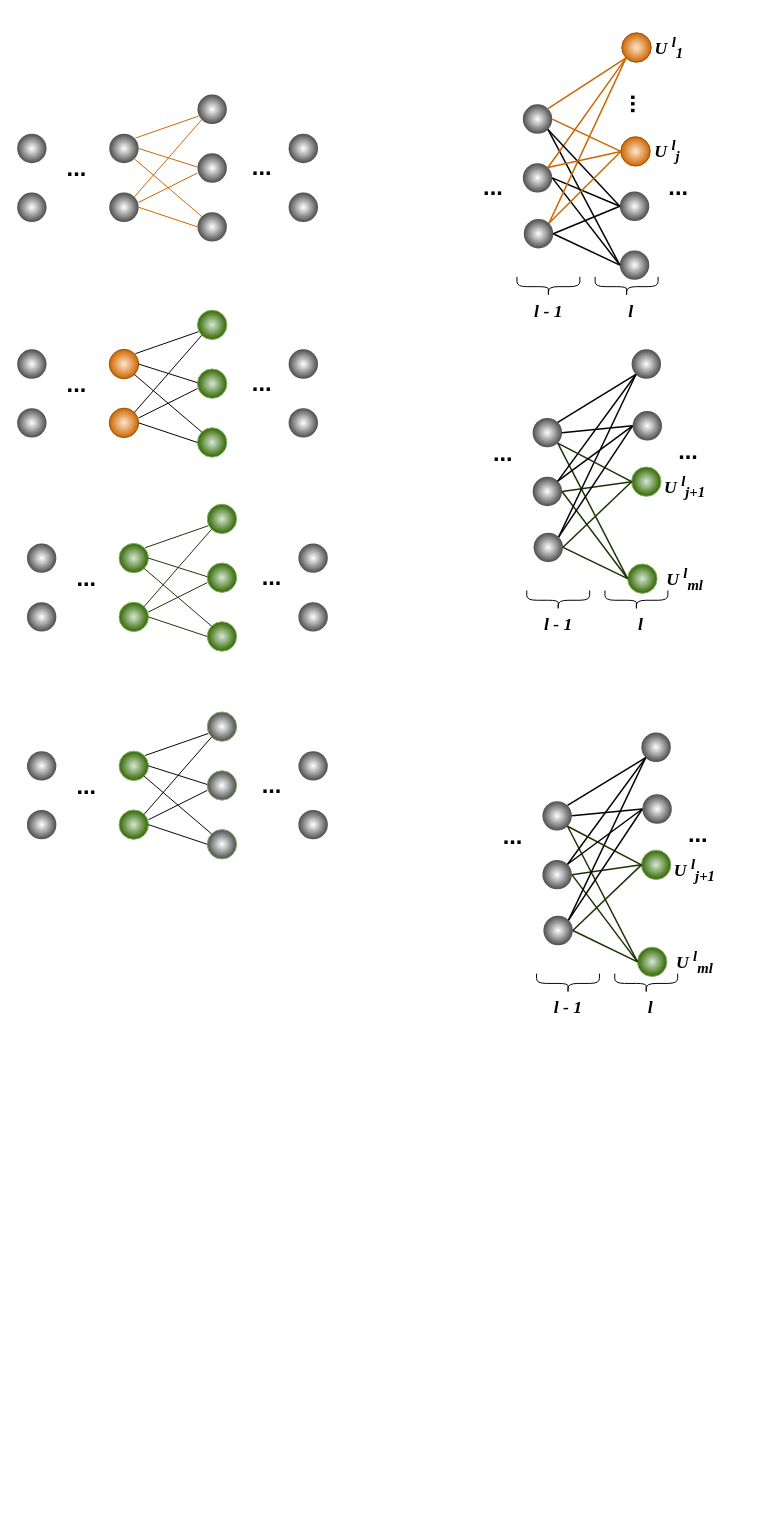
This is Untitled Diagram.drawio from nkhosros/Application-Package, a draw.io file, before an edit. Source tidied: cells renumbered, new cells numbered last; positions are measured from the earlier drawing's top-left corner, leaving out a move shared by most shapes. Both pictures are drawn from the tidied source at 98%, with x=0, y=0 at pixel (17, 32).
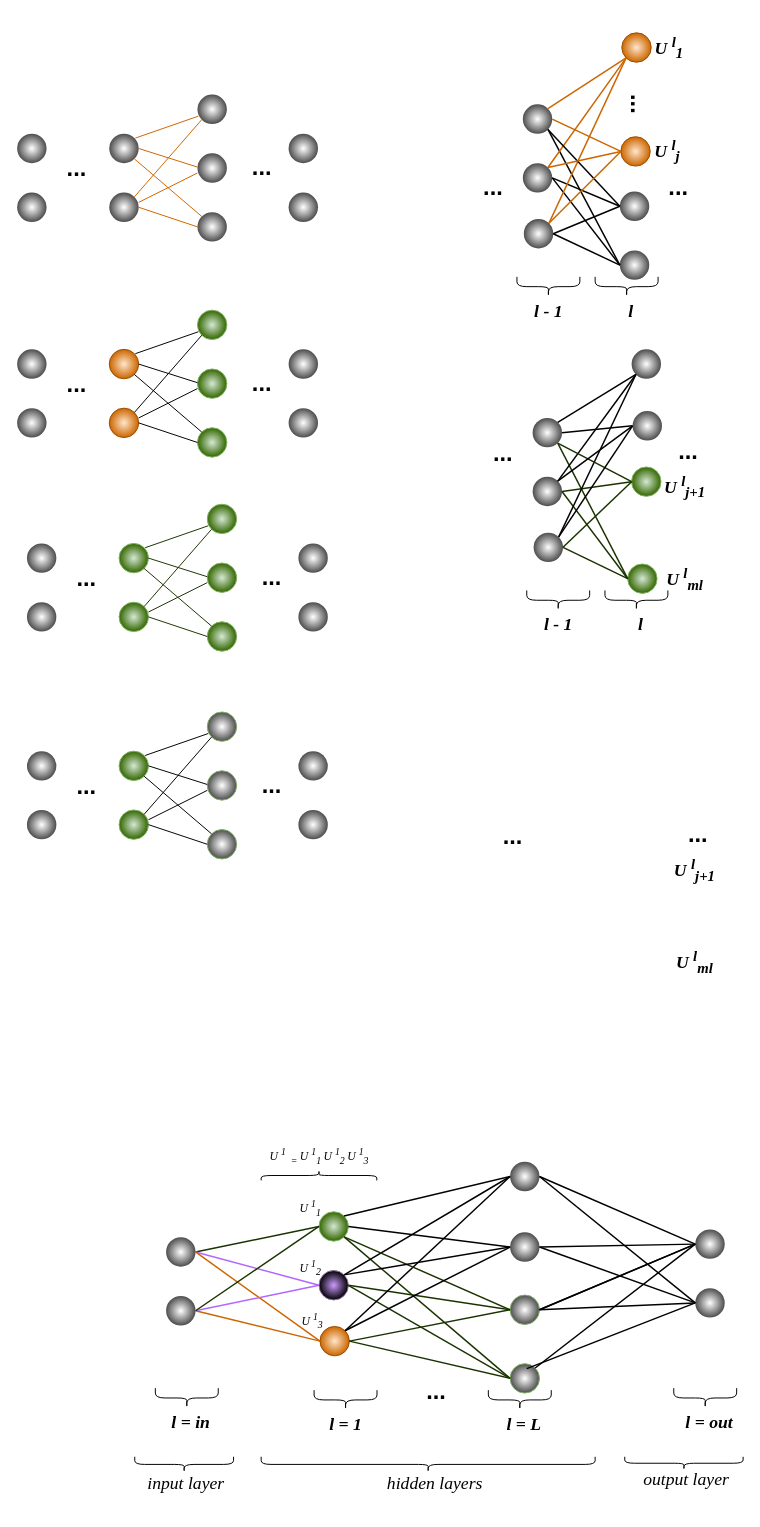
After the change.

Change to the diagram source:
```diff
@@
-    <mxCell id="127" style="ellipse;whiteSpace=wrap;html=1;gradientColor=#336600;fillColor=#d5e8d4;gradientDirection=radial;shadow=0;strokeColor=#82b366;align=center;verticalAlign=middle;fontFamily=Helvetica;fontSize=12;fontColor=default;" parent="1" vertex="1">
-      <mxGeometry x="633" y="933" width="30" height="30" as="geometry" />
+    <mxCell id="127" style="ellipse;whiteSpace=wrap;html=1;gradientColor=#4D4D4D;fillColor=default;gradientDirection=radial;shadow=0;strokeColor=#82b366;align=center;verticalAlign=middle;fontFamily=Helvetica;fontSize=12;fontColor=default;" parent="1" vertex="1">
+      <mxGeometry x="503" y="1358" width="30" height="30" as="geometry" />
     </mxCell>
-    <mxCell id="128" style="ellipse;whiteSpace=wrap;html=1;gradientColor=#336600;fillColor=#d5e8d4;gradientDirection=radial;shadow=0;strokeColor=#82b366;align=center;verticalAlign=middle;fontFamily=Helvetica;fontSize=12;fontColor=default;" parent="1" vertex="1">
-      <mxGeometry x="637" y="834" width="30" height="30" as="geometry" />
+    <mxCell id="128" style="ellipse;whiteSpace=wrap;html=1;gradientColor=#4D4D4D;fillColor=default;gradientDirection=radial;shadow=0;strokeColor=#82b366;align=center;verticalAlign=middle;fontFamily=Helvetica;fontSize=12;fontColor=default;" parent="1" vertex="1">
+      <mxGeometry x="503" y="1288" width="30" height="30" as="geometry" />
     </mxCell>
     <mxCell id="129" style="ellipse;whiteSpace=wrap;html=1;gradientColor=#4D4D4D;fillColor=default;gradientDirection=radial;shadow=0;strokeColor=none;align=center;verticalAlign=middle;fontFamily=Helvetica;fontSize=12;fontColor=default;" parent="1" vertex="1">
-      <mxGeometry x="637" y="714" width="30" height="30" as="geometry" />
+      <mxGeometry x="503" y="1152" width="30" height="30" as="geometry" />
     </mxCell>
-    <mxCell id="130" style="ellipse;whiteSpace=wrap;html=1;gradientColor=#4D4D4D;fillColor=default;gradientDirection=radial;shadow=0;strokeColor=none;" parent="1" vertex="1">
-      <mxGeometry x="536" y="844" width="30" height="30" as="geometry" />
+    <mxCell id="130" style="ellipse;whiteSpace=wrap;html=1;fillColor=#CC99FF;gradientDirection=radial;shadow=0;strokeColor=#9673a6;gradientColor=default;" parent="1" vertex="1">
+      <mxGeometry x="308" y="1263" width="30" height="30" as="geometry" />
     </mxCell>
-    <mxCell id="131" style="ellipse;whiteSpace=wrap;html=1;gradientColor=#4D4D4D;fillColor=default;gradientDirection=radial;shadow=0;strokeColor=none;" parent="1" vertex="1">
-      <mxGeometry x="536" y="784" width="30" height="30" as="geometry" />
+    <mxCell id="131" style="ellipse;whiteSpace=wrap;html=1;gradientColor=#336600;fillColor=#d5e8d4;gradientDirection=radial;shadow=0;strokeColor=#82b366;align=center;verticalAlign=middle;fontFamily=Helvetica;fontSize=12;fontColor=default;" parent="1" vertex="1">
+      <mxGeometry x="308" y="1203" width="30" height="30" as="geometry" />
     </mxCell>
@@
-    <mxCell id="136" style="endArrow=none;html=1;rounded=0;entryX=0;entryY=1;entryDx=0;entryDy=0;exitX=1;exitY=0;exitDx=0;exitDy=0;strokeColor=#000000;strokeWidth=1.5;" parent="1" edge="1" source="130" target="129">
+    <mxCell id="136" style="endArrow=none;html=1;rounded=0;entryX=0;entryY=0.5;entryDx=0;entryDy=0;exitX=1;exitY=0;exitDx=0;exitDy=0;strokeColor=#000000;strokeWidth=1.5;" parent="1" edge="1" source="130" target="129">
       <mxGeometry relative="1" as="geometry" />
     </mxCell>
+    <mxCell id="139" style="ellipse;whiteSpace=wrap;html=1;gradientColor=#CC6600;fillColor=#ffe6cc;gradientDirection=radial;shadow=0;strokeColor=#994C00;align=center;verticalAlign=middle;fontFamily=Helvetica;fontSize=12;fontColor=default;" parent="1" vertex="1">
+      <mxGeometry x="309" y="1320" width="30" height="30" as="geometry" />
+    </mxCell>
@@
+    <mxCell id="140" style="ellipse;whiteSpace=wrap;html=1;gradientColor=#4D4D4D;fillColor=default;gradientDirection=radial;shadow=0;strokeColor=none;align=center;verticalAlign=middle;fontFamily=Helvetica;fontSize=12;fontColor=default;" parent="1" vertex="1">
+      <mxGeometry x="503" y="1224" width="30" height="30" as="geometry" />
+    </mxCell>
@@
-    <mxCell id="139" style="ellipse;whiteSpace=wrap;html=1;gradientColor=#4D4D4D;fillColor=default;gradientDirection=radial;shadow=0;strokeColor=none;" parent="1" vertex="1">
-      <mxGeometry x="537" y="901" width="30" height="30" as="geometry" />
-    </mxCell>
-    <mxCell id="140" style="ellipse;whiteSpace=wrap;html=1;gradientColor=#4D4D4D;fillColor=default;gradientDirection=radial;shadow=0;strokeColor=none;align=center;verticalAlign=middle;fontFamily=Helvetica;fontSize=12;fontColor=default;" parent="1" vertex="1">
-      <mxGeometry x="638" y="777" width="30" height="30" as="geometry" />
-    </mxCell>
-    <mxCell id="141" style="endArrow=none;html=1;rounded=0;entryX=0;entryY=1;entryDx=0;entryDy=0;exitX=1;exitY=0;exitDx=0;exitDy=0;strokeColor=#000000;strokeWidth=1.5;" parent="1" edge="1" source="139" target="129">
+    <mxCell id="141" style="endArrow=none;html=1;rounded=0;entryX=0;entryY=0.5;entryDx=0;entryDy=0;exitX=1;exitY=0;exitDx=0;exitDy=0;strokeColor=#000000;strokeWidth=1.5;" parent="1" edge="1" source="139" target="129">
       <mxGeometry relative="1" as="geometry" />
     </mxCell>
-    <mxCell id="142" style="endArrow=none;html=1;rounded=0;entryX=0;entryY=1;entryDx=0;entryDy=0;strokeColor=#000000;exitX=1;exitY=0;exitDx=0;exitDy=0;strokeWidth=1.5;" parent="1" edge="1" source="131" target="129">
+    <mxCell id="142" style="endArrow=none;html=1;rounded=0;entryX=0;entryY=0.5;entryDx=0;entryDy=0;strokeColor=#000000;exitX=1;exitY=0;exitDx=0;exitDy=0;strokeWidth=1.5;" parent="1" edge="1" source="131" target="129">
       <mxGeometry relative="1" as="geometry" />
     </mxCell>
@@
     <mxCell id="148" style="group;" parent="1" vertex="1">
-      <mxGeometry x="530" y="960" width="144" height="42" as="geometry" />
+      <mxGeometry x="303" y="1385" width="144" height="42" as="geometry" />
     </mxCell>
-    <mxCell id="149" style="shape=curlyBracket;whiteSpace=wrap;html=1;rounded=1;flipH=1;labelPosition=right;verticalLabelPosition=middle;align=left;verticalAlign=middle;direction=north;strokeWidth=1;" parent="148" vertex="1">
-      <mxGeometry x="79.8" width="64.2" height="20" as="geometry" />
-    </mxCell>
@@
-    <mxCell id="151" value="&lt;h4&gt;&lt;i style=&quot;&quot;&gt;&lt;font style=&quot;font-size: 18px;&quot; face=&quot;Times New Roman&quot;&gt;l - 1&lt;/font&gt;&lt;/i&gt;&lt;/h4&gt;" style="text;html=1;align=center;verticalAlign=middle;whiteSpace=wrap;rounded=0;" parent="148" vertex="1">
+    <mxCell id="151" value="&lt;h4&gt;&lt;i style=&quot;&quot;&gt;&lt;font style=&quot;font-size: 18px;&quot; face=&quot;Times New Roman&quot;&gt;l = 1&lt;/font&gt;&lt;/i&gt;&lt;/h4&gt;" style="text;html=1;align=center;verticalAlign=middle;whiteSpace=wrap;rounded=0;" parent="148" vertex="1">
       <mxGeometry x="4.6" y="20" width="55" height="30" as="geometry" />
     </mxCell>
+    <mxCell id="155" value="&lt;font style=&quot;font-size: 24px;&quot;&gt;&lt;b&gt;...&lt;/b&gt;&lt;/font&gt;" style="text;html=1;align=center;verticalAlign=middle;whiteSpace=wrap;rounded=0;" parent="148" vertex="1">
+      <mxGeometry x="105" y="-13" width="40" height="30" as="geometry" />
+    </mxCell>
+    <mxCell id="156" style="group;" parent="148" vertex="1">
+      <mxGeometry x="177.8" width="64.2" height="50" as="geometry" />
+    </mxCell>
+    <mxCell id="149" style="shape=curlyBracket;whiteSpace=wrap;html=1;rounded=1;flipH=1;labelPosition=right;verticalLabelPosition=middle;align=left;verticalAlign=middle;direction=north;strokeWidth=1;" parent="156" vertex="1">
+      <mxGeometry width="64.2" height="20" as="geometry" />
+    </mxCell>
-    <mxCell id="152" value="&lt;h4&gt;&lt;i style=&quot;&quot;&gt;&lt;font face=&quot;Times New Roman&quot; style=&quot;font-size: 18px;&quot;&gt;l&lt;/font&gt;&lt;/i&gt;&lt;/h4&gt;" style="text;html=1;align=center;verticalAlign=middle;whiteSpace=wrap;rounded=0;fontStyle=1;" parent="148" vertex="1">
-      <mxGeometry x="89" y="20" width="55" height="30" as="geometry" />
+    <mxCell id="152" value="&lt;h4&gt;&lt;i style=&quot;&quot;&gt;&lt;font face=&quot;Times New Roman&quot; style=&quot;font-size: 18px;&quot;&gt;l = L&lt;/font&gt;&lt;/i&gt;&lt;/h4&gt;" style="text;html=1;align=center;verticalAlign=middle;whiteSpace=wrap;rounded=0;fontStyle=1;" parent="156" vertex="1">
+      <mxGeometry x="9.2" y="20" width="55" height="30" as="geometry" />
     </mxCell>
+    <mxCell id="157" style="ellipse;whiteSpace=wrap;html=1;gradientColor=#4D4D4D;fillColor=default;gradientDirection=radial;shadow=0;strokeColor=none;" parent="1" vertex="1">
+      <mxGeometry x="692" y="1281" width="30" height="30" as="geometry" />
+    </mxCell>
@@
+    <mxCell id="158" style="ellipse;whiteSpace=wrap;html=1;gradientColor=#4D4D4D;fillColor=default;gradientDirection=radial;shadow=0;strokeColor=none;" parent="1" vertex="1">
+      <mxGeometry x="692" y="1221" width="30" height="30" as="geometry" />
+    </mxCell>
@@
+    <mxCell id="159" style="ellipse;whiteSpace=wrap;html=1;gradientColor=#4D4D4D;fillColor=default;gradientDirection=radial;shadow=0;strokeColor=none;" parent="1" vertex="1">
+      <mxGeometry x="152" y="1289" width="30" height="30" as="geometry" />
+    </mxCell>
+    <mxCell id="160" style="ellipse;whiteSpace=wrap;html=1;gradientColor=#4D4D4D;fillColor=default;gradientDirection=radial;shadow=0;strokeColor=none;" parent="1" vertex="1">
+      <mxGeometry x="152" y="1229" width="30" height="30" as="geometry" />
+    </mxCell>
+    <mxCell id="161" style="endArrow=none;html=1;rounded=0;entryX=0;entryY=0.5;entryDx=0;entryDy=0;strokeColor=#1A3300;exitX=1;exitY=0.5;exitDx=0;exitDy=0;strokeWidth=1.5;align=center;verticalAlign=middle;fontFamily=Helvetica;fontSize=11;fontColor=default;labelBackgroundColor=default;" parent="1" edge="1" source="160" target="131">
+      <mxGeometry relative="1" as="geometry" />
+    </mxCell>
+    <mxCell id="162" style="endArrow=none;html=1;rounded=0;entryX=0;entryY=0.5;entryDx=0;entryDy=0;strokeColor=#B266FF;exitX=1;exitY=0.5;exitDx=0;exitDy=0;strokeWidth=1.5;" parent="1" edge="1" source="160" target="130">
+      <mxGeometry relative="1" as="geometry" />
+    </mxCell>
+    <mxCell id="163" style="endArrow=none;html=1;rounded=0;entryX=0;entryY=0.5;entryDx=0;entryDy=0;strokeColor=#CC6600;exitX=1;exitY=0.5;exitDx=0;exitDy=0;strokeWidth=1.5;align=center;verticalAlign=middle;fontFamily=Helvetica;fontSize=11;fontColor=default;labelBackgroundColor=default;" parent="1" edge="1" source="160" target="139">
+      <mxGeometry relative="1" as="geometry" />
+    </mxCell>
+    <mxCell id="164" style="endArrow=none;html=1;rounded=0;entryX=0;entryY=0.5;entryDx=0;entryDy=0;strokeColor=#000000;exitX=1;exitY=0.5;exitDx=0;exitDy=0;strokeWidth=1.5;" parent="1" edge="1" source="129" target="158">
+      <mxGeometry relative="1" as="geometry" />
+    </mxCell>
+    <mxCell id="165" style="endArrow=none;html=1;rounded=0;entryX=0;entryY=0.5;entryDx=0;entryDy=0;strokeColor=#000000;strokeWidth=1.5;exitX=1;exitY=0.5;exitDx=0;exitDy=0;" parent="1" edge="1" source="129" target="157">
+      <mxGeometry relative="1" as="geometry" />
+    </mxCell>
+    <mxCell id="166" style="endArrow=none;html=1;rounded=0;entryX=0;entryY=0.5;entryDx=0;entryDy=0;strokeColor=#000000;exitX=1;exitY=0.5;exitDx=0;exitDy=0;strokeWidth=1.5;" parent="1" edge="1" source="140" target="158">
+      <mxGeometry relative="1" as="geometry" />
+    </mxCell>
+    <mxCell id="167" style="endArrow=none;html=1;rounded=0;entryX=0;entryY=0.5;entryDx=0;entryDy=0;strokeColor=#000000;exitX=1;exitY=0.5;exitDx=0;exitDy=0;strokeWidth=1.5;" parent="1" edge="1" source="140" target="157">
+      <mxGeometry relative="1" as="geometry" />
+    </mxCell>
+    <mxCell id="168" style="endArrow=none;html=1;rounded=0;strokeColor=#CC6600;exitX=1;exitY=0.5;exitDx=0;exitDy=0;strokeWidth=1.5;entryX=0;entryY=0.5;entryDx=0;entryDy=0;align=center;verticalAlign=middle;fontFamily=Helvetica;fontSize=11;fontColor=default;labelBackgroundColor=default;" parent="1" edge="1" source="159" target="139">
+      <mxGeometry relative="1" as="geometry" />
+    </mxCell>
+    <mxCell id="169" style="endArrow=none;html=1;rounded=0;strokeColor=#B266FF;exitX=1;exitY=0.5;exitDx=0;exitDy=0;strokeWidth=1.5;entryX=0;entryY=0.5;entryDx=0;entryDy=0;" parent="1" edge="1" source="159" target="130">
+      <mxGeometry relative="1" as="geometry" />
+    </mxCell>
+    <mxCell id="170" style="endArrow=none;html=1;rounded=0;strokeColor=#1A3300;exitX=1;exitY=0.5;exitDx=0;exitDy=0;strokeWidth=1.5;entryX=0;entryY=0.5;entryDx=0;entryDy=0;align=center;verticalAlign=middle;fontFamily=Helvetica;fontSize=11;fontColor=default;labelBackgroundColor=default;" parent="1" edge="1" source="159" target="131">
+      <mxGeometry relative="1" as="geometry" />
+    </mxCell>
+    <mxCell id="171" style="endArrow=none;html=1;rounded=0;entryX=0;entryY=0.5;entryDx=0;entryDy=0;strokeColor=#000000;strokeWidth=1.5;" parent="1" edge="1" target="157">
+      <mxGeometry relative="1" as="geometry">
+        <mxPoint x="520" y="1363" as="sourcePoint" />
+      </mxGeometry>
+    </mxCell>
+    <mxCell id="172" style="endArrow=none;html=1;rounded=0;entryX=0;entryY=0.5;entryDx=0;entryDy=0;strokeColor=#000000;exitX=1;exitY=0.5;exitDx=0;exitDy=0;strokeWidth=1.5;" parent="1" edge="1" source="128" target="158">
+      <mxGeometry relative="1" as="geometry" />
+    </mxCell>
+    <mxCell id="173" style="endArrow=none;html=1;rounded=0;entryX=0;entryY=0.5;entryDx=0;entryDy=0;strokeColor=#000000;strokeWidth=1.5;exitX=1;exitY=0;exitDx=0;exitDy=0;" parent="1" edge="1" source="127" target="158">
+      <mxGeometry relative="1" as="geometry" />
+    </mxCell>
+    <mxCell id="174" style="endArrow=none;html=1;rounded=0;entryX=0;entryY=0.5;entryDx=0;entryDy=0;strokeColor=#000000;strokeWidth=1.5;exitX=1;exitY=0.5;exitDx=0;exitDy=0;" parent="1" edge="1" source="128" target="158">
+      <mxGeometry relative="1" as="geometry" />
+    </mxCell>
+    <mxCell id="175" style="endArrow=none;html=1;rounded=0;entryX=0;entryY=0.5;entryDx=0;entryDy=0;strokeColor=#000000;strokeWidth=1.5;exitX=1;exitY=0.5;exitDx=0;exitDy=0;" parent="1" edge="1" source="128" target="157">
+      <mxGeometry relative="1" as="geometry" />
+    </mxCell>
+    <mxCell id="176" style="group;" parent="1" vertex="1">
+      <mxGeometry x="620" y="1453" width="120.8" height="33" as="geometry" />
+    </mxCell>
+    <mxCell id="177" style="shape=curlyBracket;whiteSpace=wrap;html=1;rounded=1;flipH=1;labelPosition=right;verticalLabelPosition=middle;align=left;verticalAlign=middle;direction=north;strokeWidth=1;" parent="176" vertex="1">
+      <mxGeometry width="120.8" height="13.2" as="geometry" />
+    </mxCell>
+    <mxCell id="178" value="&lt;h4&gt;&lt;i style=&quot;&quot;&gt;&lt;font face=&quot;Times New Roman&quot; style=&quot;font-size: 18px; font-weight: normal;&quot;&gt;output layer&lt;/font&gt;&lt;/i&gt;&lt;/h4&gt;" style="text;html=1;align=center;verticalAlign=middle;whiteSpace=wrap;rounded=0;fontStyle=1;" parent="176" vertex="1">
+      <mxGeometry x="4.8" y="13.2" width="116" height="19.8" as="geometry" />
+    </mxCell>
+    <mxCell id="179" style="group;" parent="1" vertex="1">
+      <mxGeometry x="670" y="1383" width="64.2" height="50" as="geometry" />
+    </mxCell>
+    <mxCell id="180" style="shape=curlyBracket;whiteSpace=wrap;html=1;rounded=1;flipH=1;labelPosition=right;verticalLabelPosition=middle;align=left;verticalAlign=middle;direction=north;strokeWidth=1;" parent="179" vertex="1">
+      <mxGeometry width="64.2" height="20" as="geometry" />
+    </mxCell>
+    <mxCell id="181" value="&lt;h4&gt;&lt;i style=&quot;&quot;&gt;&lt;font face=&quot;Times New Roman&quot; style=&quot;font-size: 18px;&quot;&gt;l = out&lt;/font&gt;&lt;/i&gt;&lt;/h4&gt;" style="text;html=1;align=center;verticalAlign=middle;whiteSpace=wrap;rounded=0;fontStyle=1;" parent="179" vertex="1">
+      <mxGeometry x="9.2" y="20" width="55" height="30" as="geometry" />
+    </mxCell>
+    <mxCell id="182" style="group;" parent="1" vertex="1">
+      <mxGeometry x="141" y="1383" width="64.2" height="50" as="geometry" />
+    </mxCell>
+    <mxCell id="183" style="shape=curlyBracket;whiteSpace=wrap;html=1;rounded=1;flipH=1;labelPosition=right;verticalLabelPosition=middle;align=left;verticalAlign=middle;direction=north;strokeWidth=1;" parent="182" vertex="1">
+      <mxGeometry width="64.2" height="20" as="geometry" />
+    </mxCell>
+    <mxCell id="184" value="&lt;h4&gt;&lt;i style=&quot;&quot;&gt;&lt;font face=&quot;Times New Roman&quot; style=&quot;font-size: 18px;&quot;&gt;l = in&lt;/font&gt;&lt;/i&gt;&lt;/h4&gt;" style="text;html=1;align=center;verticalAlign=middle;whiteSpace=wrap;rounded=0;fontStyle=1;" parent="182" vertex="1">
+      <mxGeometry x="9.2" y="20" width="55" height="30" as="geometry" />
+    </mxCell>
+    <mxCell id="185" style="group;" parent="1" vertex="1">
+      <mxGeometry x="249" y="1453" width="340.8" height="39" as="geometry" />
+    </mxCell>
+    <mxCell id="186" style="shape=curlyBracket;whiteSpace=wrap;html=1;rounded=1;flipH=1;labelPosition=right;verticalLabelPosition=middle;align=left;verticalAlign=middle;direction=north;strokeWidth=1;" parent="185" vertex="1">
+      <mxGeometry width="340.8" height="15.6" as="geometry" />
+    </mxCell>
+    <mxCell id="187" value="&lt;h4&gt;&lt;i style=&quot;&quot;&gt;&lt;font face=&quot;Times New Roman&quot; style=&quot;font-size: 18px; font-weight: normal;&quot;&gt;hidden layers&lt;/font&gt;&lt;/i&gt;&lt;/h4&gt;" style="text;html=1;align=center;verticalAlign=middle;whiteSpace=wrap;rounded=0;fontStyle=1;" parent="185" vertex="1">
+      <mxGeometry x="13.6" y="15.6" width="327.2" height="23.4" as="geometry" />
+    </mxCell>
+    <mxCell id="188" style="group;" parent="1" vertex="1">
+      <mxGeometry x="120" y="1453" width="100.8" height="39" as="geometry" />
+    </mxCell>
+    <mxCell id="189" style="shape=curlyBracket;whiteSpace=wrap;html=1;rounded=1;flipH=1;labelPosition=right;verticalLabelPosition=middle;align=left;verticalAlign=middle;direction=north;strokeWidth=1;" parent="188" vertex="1">
+      <mxGeometry width="100.8" height="15.6" as="geometry" />
+    </mxCell>
+    <mxCell id="190" value="&lt;h4&gt;&lt;i style=&quot;&quot;&gt;&lt;font face=&quot;Times New Roman&quot; style=&quot;font-size: 18px; font-weight: normal;&quot;&gt;input layer&lt;/font&gt;&lt;/i&gt;&lt;/h4&gt;" style="text;html=1;align=center;verticalAlign=middle;whiteSpace=wrap;rounded=0;fontStyle=1;" parent="188" vertex="1">
+      <mxGeometry x="4" y="15.6" width="96.8" height="23.4" as="geometry" />
+    </mxCell>
+    <mxCell id="191" value="&lt;h4&gt;&lt;i style=&quot;&quot;&gt;&lt;font style=&quot;font-size: 12px;&quot;&gt;&lt;font style=&quot;font-weight: normal;&quot; face=&quot;Times New Roman&quot;&gt;U &lt;/font&gt;&lt;font style=&quot;font-weight: normal;&quot; face=&quot;Times New Roman&quot;&gt;&lt;sup style=&quot;&quot;&gt;1&lt;/sup&gt;&lt;sub style=&quot;&quot;&gt;1&lt;/sub&gt;&lt;/font&gt;&lt;/font&gt;&lt;/i&gt;&lt;/h4&gt;" style="text;html=1;align=center;verticalAlign=middle;whiteSpace=wrap;rounded=0;" parent="1" vertex="1">
+      <mxGeometry x="282" y="1185" width="35" height="30" as="geometry" />
+    </mxCell>
+    <mxCell id="192" value="&lt;h4&gt;&lt;font style=&quot;font-size: 12px;&quot; face=&quot;Times New Roman&quot;&gt;&lt;span style=&quot;font-weight: 400;&quot;&gt;&lt;i style=&quot;&quot;&gt;U&amp;nbsp;&lt;sup style=&quot;&quot;&gt;1&lt;/sup&gt;&lt;sub style=&quot;&quot;&gt;3&lt;/sub&gt;&lt;/i&gt;&lt;/span&gt;&lt;/font&gt;&lt;/h4&gt;" style="text;html=1;align=center;verticalAlign=middle;whiteSpace=wrap;rounded=0;" parent="1" vertex="1">
+      <mxGeometry x="284" y="1300" width="35" height="30" as="geometry" />
+    </mxCell>
+    <mxCell id="193" value="&lt;h4&gt;&lt;font style=&quot;font-size: 12px;&quot; face=&quot;Times New Roman&quot;&gt;&lt;span style=&quot;font-weight: 400;&quot;&gt;&lt;i style=&quot;&quot;&gt;U&amp;nbsp;&lt;sup style=&quot;&quot;&gt;1&lt;/sup&gt;&lt;sub style=&quot;&quot;&gt;2&lt;/sub&gt;&lt;/i&gt;&lt;/span&gt;&lt;/font&gt;&lt;/h4&gt;" style="text;html=1;align=center;verticalAlign=middle;whiteSpace=wrap;rounded=0;" parent="1" vertex="1">
+      <mxGeometry x="282" y="1246" width="35" height="30" as="geometry" />
+    </mxCell>
+    <mxCell id="194" value="&lt;h4&gt;&lt;span style=&quot;font-weight: normal;&quot;&gt;&lt;i style=&quot;font-family: &amp;quot;Times New Roman&amp;quot;; background-color: initial;&quot;&gt;U&amp;nbsp;&lt;sup style=&quot;&quot;&gt;1&lt;/sup&gt;&lt;sub style=&quot;&quot;&gt;&amp;nbsp; =&amp;nbsp;&lt;/sub&gt;&lt;/i&gt;&lt;i style=&quot;&quot;&gt;&lt;font style=&quot;font-size: 12px;&quot;&gt;&lt;font style=&quot;&quot; face=&quot;Times New Roman&quot;&gt;U &lt;/font&gt;&lt;font style=&quot;&quot; face=&quot;Times New Roman&quot;&gt;&lt;sup style=&quot;&quot;&gt;1&lt;/sup&gt;&lt;sub style=&quot;&quot;&gt;1&amp;nbsp;&lt;/sub&gt;&lt;/font&gt;&lt;/font&gt;&lt;/i&gt;&lt;i style=&quot;font-family: &amp;quot;Times New Roman&amp;quot;; background-color: initial;&quot;&gt;U&amp;nbsp;&lt;sup&gt;1&lt;/sup&gt;&lt;sub&gt;2&amp;nbsp;&lt;/sub&gt;&lt;/i&gt;&lt;i style=&quot;font-family: &amp;quot;Times New Roman&amp;quot;; background-color: initial;&quot;&gt;U&amp;nbsp;&lt;sup style=&quot;&quot;&gt;1&lt;/sup&gt;&lt;sub style=&quot;&quot;&gt;3&lt;/sub&gt;&lt;/i&gt;&lt;/span&gt;&lt;/h4&gt;" style="text;html=1;align=center;verticalAlign=middle;whiteSpace=wrap;rounded=0;" parent="1" vertex="1">
+      <mxGeometry x="243" y="1132" width="130.5" height="30" as="geometry" />
+    </mxCell>
+    <mxCell id="195" style="shape=curlyBracket;whiteSpace=wrap;html=1;rounded=1;flipH=1;labelPosition=right;verticalLabelPosition=middle;align=left;verticalAlign=middle;direction=south;strokeWidth=1;" parent="1" vertex="1">
+      <mxGeometry x="249" y="1161" width="118" height="10" as="geometry" />
+    </mxCell>
```
